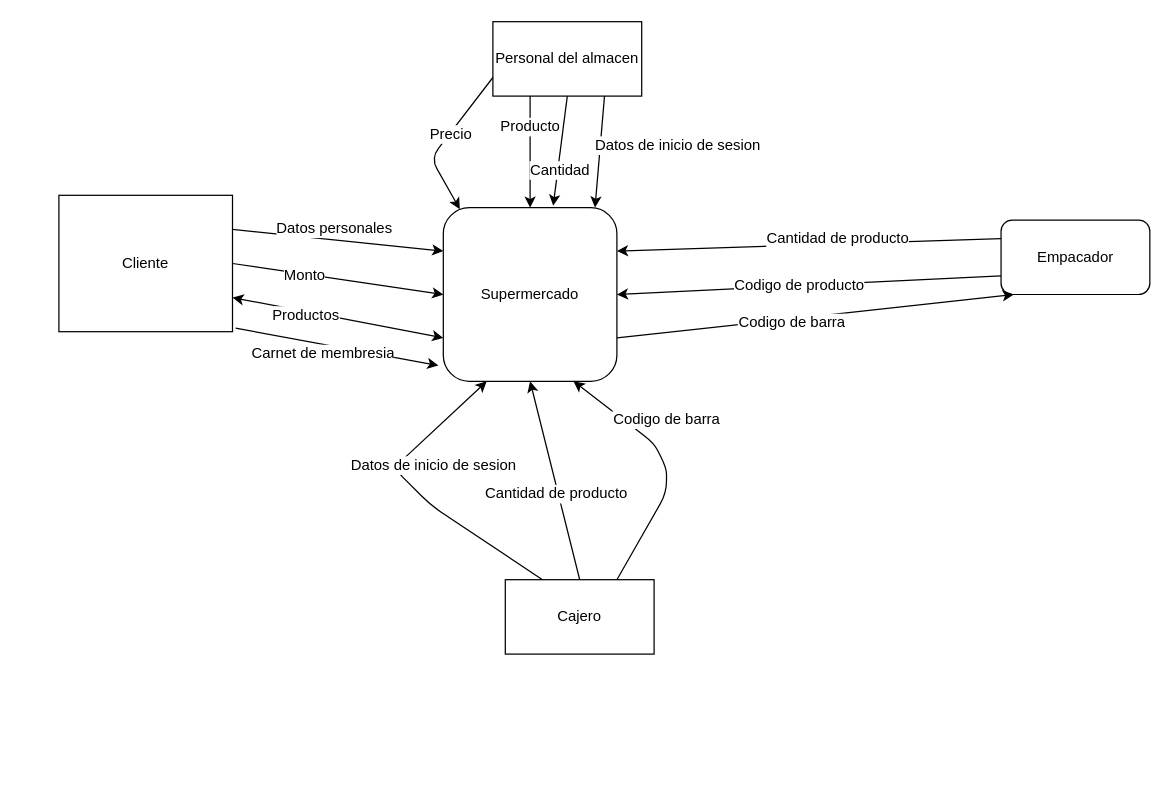
This is Diagrama de contexto.drawio from Nizar4790k/Liverpool, a draw.io file, before an edit. Source tidied: cells renumbered, new cells numbered last; positions are measured from the earlier drawing's top-left corner, leaving out a move shared by most shapes. Both pictures are drawn from the tidied source at 124%, with x=0, y=0 at pixel (58, 21).
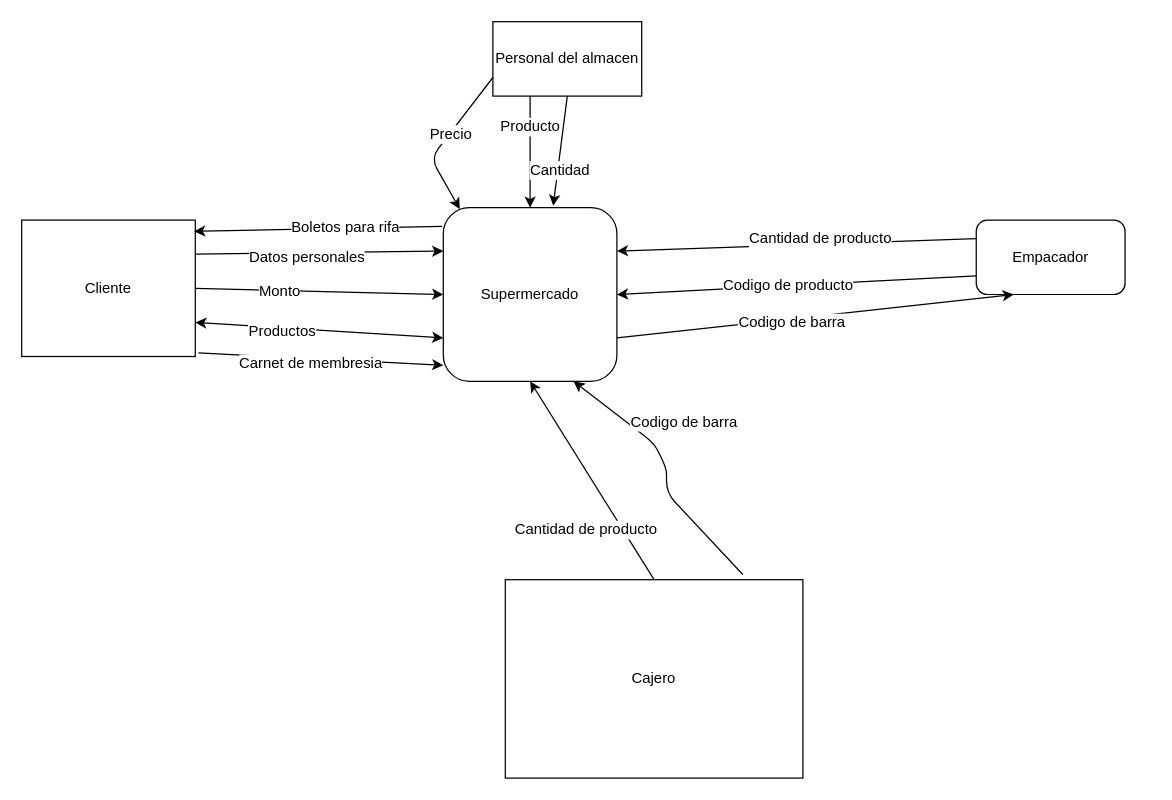
The same page after the edit.

Unchanged cells that the change refers to:
```xml
<mxCell id="5" style="endArrow=classic;html=1;exitX=1;exitY=0.25;exitDx=0;exitDy=0;entryX=0;entryY=0.25;entryDx=0;entryDy=0;" parent="1" edge="1" source="2" target="7">
  <mxGeometry relative="1" as="geometry" />
</mxCell>
<mxCell id="7" value="Supermercado" style="rounded=1;whiteSpace=wrap;html=1;" parent="1" vertex="1">
  <mxGeometry x="310" y="150" width="140" height="140" as="geometry" />
</mxCell>
<mxCell id="17" style="endArrow=classic;html=1;entryX=0.5;entryY=1;entryDx=0;entryDy=0;exitX=0.5;exitY=0;exitDx=0;exitDy=0;" parent="1" edge="1" source="10" target="7">
  <mxGeometry relative="1" as="geometry" />
</mxCell>
<mxCell id="26" value="Personal del almacen" style="rounded=0;whiteSpace=wrap;html=1;" parent="1" vertex="1">
  <mxGeometry x="350" width="120" height="60" as="geometry" />
</mxCell>
```

Diff of the diagram source:
```diff
@@
     <mxCell id="2" value="Cliente" style="rounded=0;whiteSpace=wrap;html=1;" parent="1" vertex="1">
-      <mxGeometry y="140" width="140" height="110" as="geometry" />
+      <mxGeometry x="-30" y="160" width="140" height="110" as="geometry" />
     </mxCell>
@@
     <mxCell id="6" value="Datos personales&lt;br&gt;" style="text;html=1;align=center;verticalAlign=middle;labelBackgroundColor=#ffffff;" parent="5" vertex="1">
       <mxGeometry x="-0.52" relative="1" as="geometry">
-        <mxPoint x="41" y="-5" as="offset" />
+        <mxPoint x="42" y="3" as="offset" />
       </mxGeometry>
     </mxCell>
@@
-    <mxCell id="8" style="endArrow=classic;html=1;exitX=1.018;exitY=0.974;exitDx=0;exitDy=0;exitPerimeter=0;entryX=-0.028;entryY=0.909;entryDx=0;entryDy=0;entryPerimeter=0;" parent="1" edge="1" source="2" target="7">
-      <mxGeometry relative="1" as="geometry" />
+    <mxCell id="8" style="endArrow=classic;html=1;exitX=1.018;exitY=0.974;exitDx=0;exitDy=0;exitPerimeter=0;" parent="1" edge="1" source="2">
+      <mxGeometry relative="1" as="geometry">
+        <mxPoint x="310" y="277" as="targetPoint" />
+      </mxGeometry>
     </mxCell>
@@
     <mxCell id="10" value="Cajero" style="rounded=0;whiteSpace=wrap;html=1;" parent="1" vertex="1">
-      <mxGeometry x="360" y="450" width="120" height="60" as="geometry" />
+      <mxGeometry x="360" y="450" width="240" height="160" as="geometry" />
     </mxCell>
@@
-    <mxCell id="13" style="endArrow=classic;html=1;entryX=0.25;entryY=1;entryDx=0;entryDy=0;exitX=0.25;exitY=0;exitDx=0;exitDy=0;" parent="1" edge="1" source="10" target="7">
-      <mxGeometry relative="1" as="geometry">
-        <Array as="points">
-          <mxPoint x="300" y="390" />
-          <mxPoint x="270" y="360" />
-        </Array>
-      </mxGeometry>
-    </mxCell>
-    <mxCell id="14" value="Datos de inicio de sesion" style="text;html=1;align=center;verticalAlign=middle;labelBackgroundColor=#ffffff;" parent="13" vertex="1">
-      <mxGeometry x="-0.3" y="2" relative="1" as="geometry">
-        <mxPoint x="-13.5" y="-44.5" as="offset" />
-      </mxGeometry>
-    </mxCell>
-    <mxCell id="15" style="endArrow=classic;html=1;entryX=0.75;entryY=1;entryDx=0;entryDy=0;" parent="1" edge="1" target="7">
+    <mxCell id="15" style="endArrow=classic;html=1;entryX=0.75;entryY=1;entryDx=0;entryDy=0;exitX=0.798;exitY=-0.026;exitDx=0;exitDy=0;exitPerimeter=0;" parent="1" edge="1" source="10" target="7">
       <mxGeometry relative="1" as="geometry">
-        <mxPoint x="450" y="450" as="sourcePoint" />
         <Array as="points">
           <mxPoint x="490" y="380" />
           <mxPoint x="490" y="360" />
           <mxPoint x="480" y="340" />
         </Array>
       </mxGeometry>
     </mxCell>
@@
     <mxCell id="18" value="Cantidad de producto" style="text;html=1;align=center;verticalAlign=middle;labelBackgroundColor=#ffffff;" parent="17" vertex="1">
-      <mxGeometry x="-0.13" y="2" relative="1" as="geometry" />
+      <mxGeometry x="-0.13" y="2" relative="1" as="geometry">
+        <mxPoint x="-10.5" y="28" as="offset" />
+      </mxGeometry>
     </mxCell>
     <mxCell id="19" value="Empacador" style="rounded=1;whiteSpace=wrap;html=1;" parent="1" vertex="1">
-      <mxGeometry x="759.8" y="160" width="120" height="60" as="geometry" />
+      <mxGeometry x="739.8" y="160" width="120" height="60" as="geometry" />
     </mxCell>
@@
-    <mxCell id="27" style="endArrow=classic;html=1;exitX=0.75;exitY=1;exitDx=0;exitDy=0;entryX=0.874;entryY=-0.001;entryDx=0;entryDy=0;entryPerimeter=0;" parent="1" edge="1" source="26" target="7">
-      <mxGeometry relative="1" as="geometry" />
-    </mxCell>
-    <mxCell id="28" value="Datos de inicio de sesion&lt;br&gt;" style="text;html=1;align=center;verticalAlign=middle;labelBackgroundColor=#ffffff;" parent="27" vertex="1">
-      <mxGeometry x="0.4" relative="1" as="geometry">
-        <mxPoint x="63.5" y="-23" as="offset" />
-      </mxGeometry>
-    </mxCell>
@@
+    <mxCell id="35" style="endArrow=classic;html=1;entryX=0.993;entryY=0.082;entryDx=0;entryDy=0;entryPerimeter=0;exitX=-0.007;exitY=0.107;exitDx=0;exitDy=0;exitPerimeter=0;" parent="1" edge="1" source="7" target="2">
+      <mxGeometry relative="1" as="geometry" />
+    </mxCell>
+    <mxCell id="36" value="Boletos para rifa" style="text;html=1;align=center;verticalAlign=middle;labelBackgroundColor=#ffffff;" parent="35" vertex="1">
+      <mxGeometry x="-0.21" y="-1" relative="1" as="geometry" />
+    </mxCell>
```
